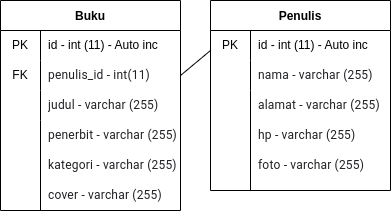
Above: scheme.drawio.png in pahrulirfan/web-dasar-rpl-23 (draw.io), before the change. Source tidied: cells renumbered, new cells last; positions are measured from the earlier drawing's top-left corner, leaving out a move shared by most shapes.
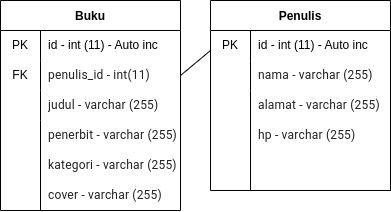
After the commit.

The edit, as a diff of the source:
```diff
@@ -83,9 +83,6 @@
     <mxCell id="28" value="&lt;font style=&quot;font-size: 12px;&quot;&gt;&lt;span style=&quot;color: rgb(32, 33, 36); font-family: Roboto, Arial, sans-serif; font-variant-ligatures: none; letter-spacing: 0.2px; background-color: rgb(255, 255, 255);&quot;&gt;&lt;font style=&quot;&quot;&gt;hp - varchar (255)&lt;/font&gt;&lt;/span&gt;&lt;/font&gt;" style="shape=partialRectangle;html=1;whiteSpace=wrap;fillColor=none;top=0;left=0;bottom=0;right=0;align=left;spacingLeft=6;overflow=hidden;" parent="1" vertex="1">
       <mxGeometry x="250" y="120" width="140" height="30" as="geometry" />
     </mxCell>
-    <mxCell id="29" value="&lt;font style=&quot;font-size: 12px;&quot;&gt;&lt;span style=&quot;color: rgb(32, 33, 36); font-family: Roboto, Arial, sans-serif; font-variant-ligatures: none; letter-spacing: 0.2px; background-color: rgb(255, 255, 255);&quot;&gt;&lt;font style=&quot;&quot;&gt;foto - varchar (255)&lt;/font&gt;&lt;/span&gt;&lt;/font&gt;" style="shape=partialRectangle;html=1;whiteSpace=wrap;fillColor=none;top=0;left=0;bottom=0;right=0;align=left;spacingLeft=6;overflow=hidden;" parent="1" vertex="1">
-      <mxGeometry x="250" y="150" width="140" height="30" as="geometry" />
-    </mxCell>
     <mxCell id="30" style="endArrow=none;html=1;fontSize=12;" parent="1" edge="1">
       <mxGeometry relative="1" as="geometry">
         <mxPoint x="40" y="210" as="sourcePoint" />
```
